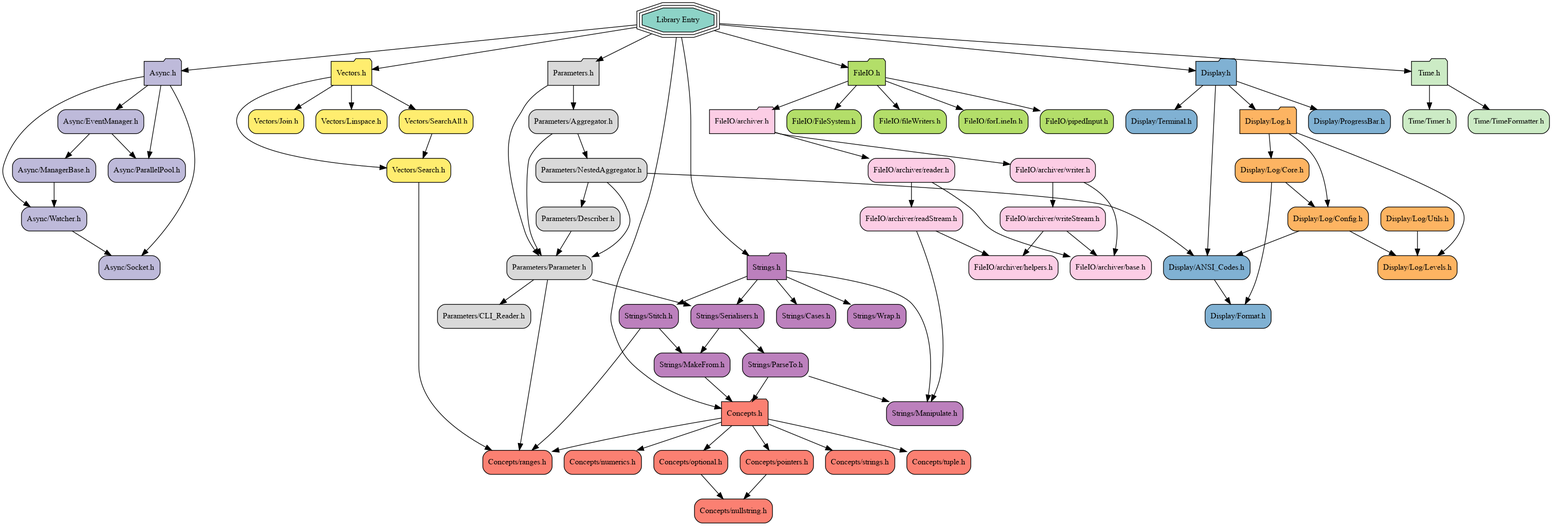
The Graphviz diagram docs/visualiser/network.png in DrFraserGovil/JSL, before a commit. Its source is kept beside it as docs/visualiser/network.dot.
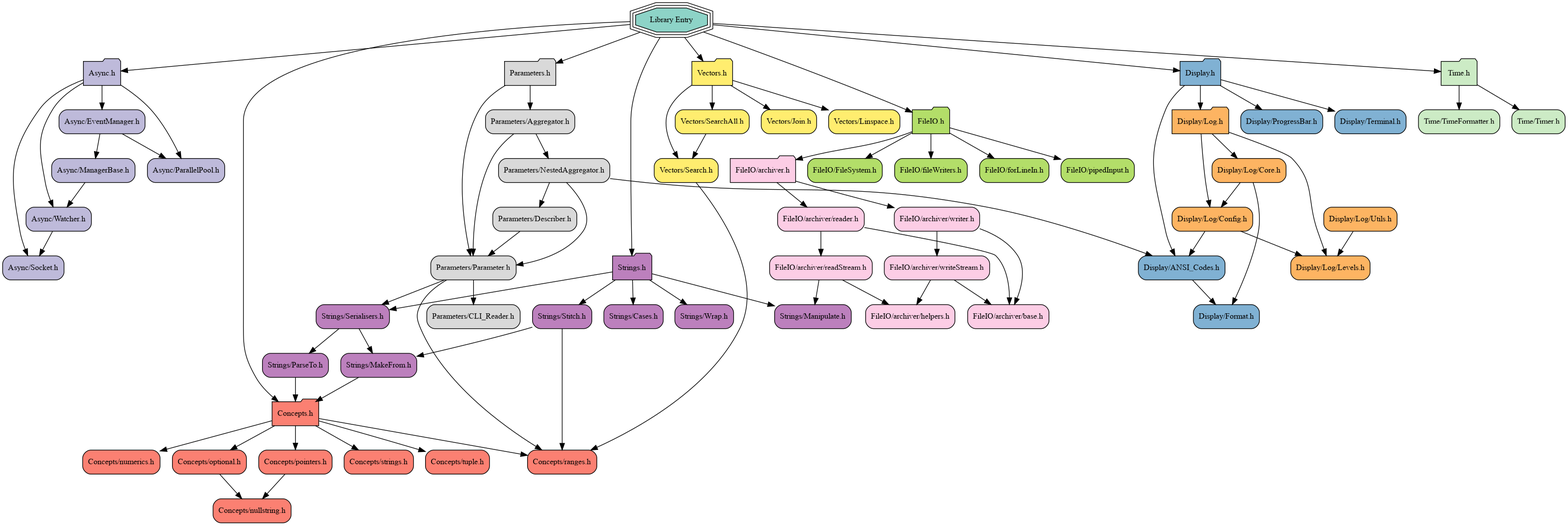
After the change.

Commit message:
Cleaned up the ParseTo includes

Diff of the diagram source:
```diff
@@ -134,7 +134,6 @@
     "JSL/Strings.h"                     -> "JSL/Strings/Stitch.h"
     "JSL/Strings.h"                     -> "JSL/Strings/Wrap.h"
     "JSL/Strings/MakeFrom.h"            -> "JSL/Concepts.h"
-    "JSL/Strings/ParseTo.h"             -> "JSL/Strings/Manipulate.h"
     "JSL/Strings/ParseTo.h"             -> "JSL/Concepts.h"
     "JSL/Strings/Serialisers.h"         -> "JSL/Strings/MakeFrom.h"
     "JSL/Strings/Serialisers.h"         -> "JSL/Strings/ParseTo.h"
```
